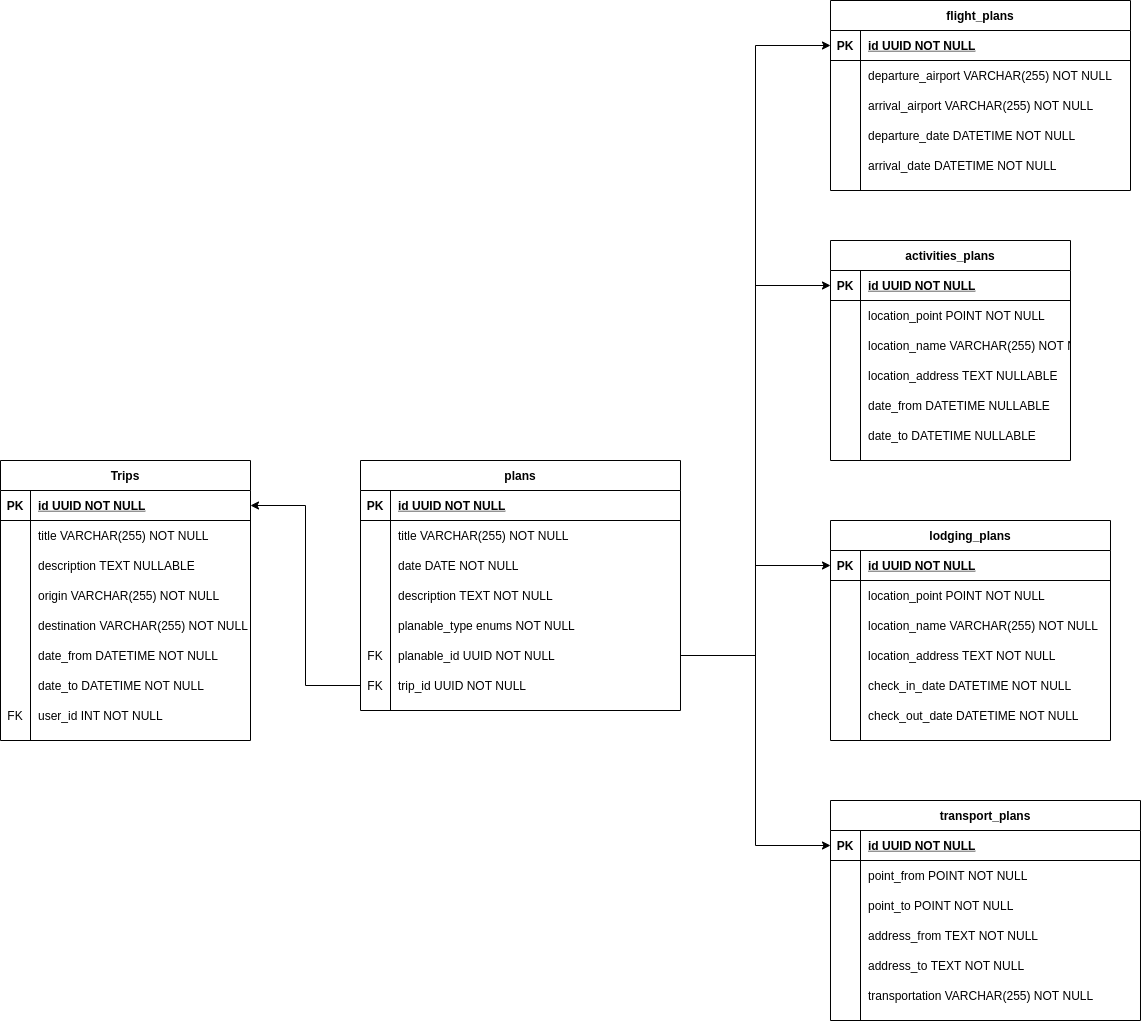
Above: diagrams/trips_to_plans_erd.drawio.png in limbara/travel-planner (draw.io), before the change. Source tidied: cells renumbered, new cells last; positions are measured from the earlier drawing's top-left corner, leaving out a move shared by most shapes.
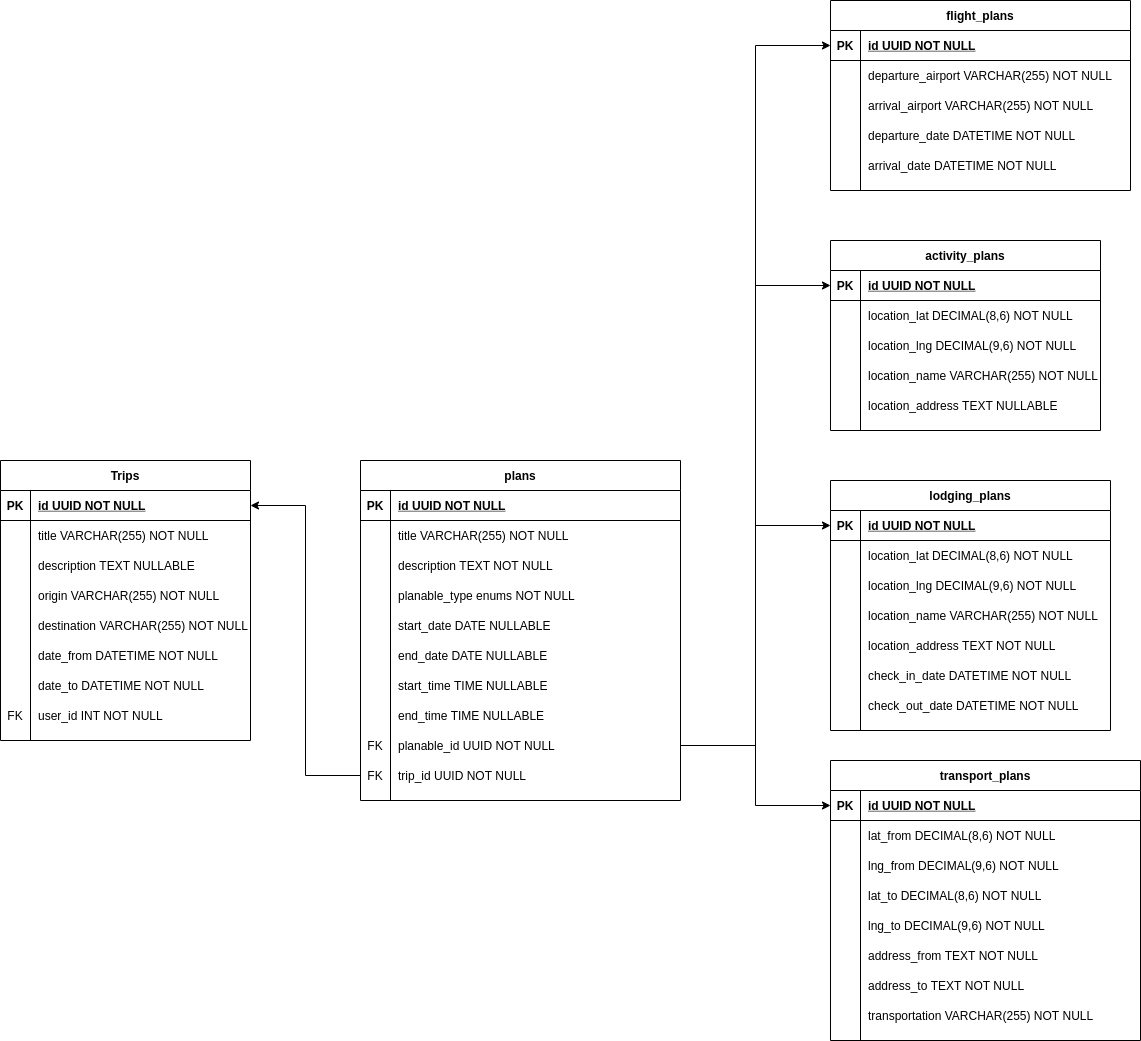
The same file after the commit.

Commit message:
plans table erd changes

Change to the diagram source:
```diff
@@ -80,3 +80,3 @@
     <mxCell id="27" value="plans" style="shape=table;startSize=30;rowLines=0;fontStyle=1;align=center;" parent="1" vertex="1">
-      <mxGeometry x="360" y="460" width="320" height="250" as="geometry" />
+      <mxGeometry x="360" y="460" width="320" height="340" as="geometry" />
     </mxCell>
@@ -100,13 +100,4 @@
     </mxCell>
-    <mxCell id="34" style="shape=partialRectangle;fillColor=none;top=0;left=0;bottom=0;right=0;" parent="27" vertex="1">
-      <mxGeometry y="90" width="320" height="30" as="geometry" />
-    </mxCell>
-    <mxCell id="35" style="shape=partialRectangle;fillColor=none;top=0;left=0;bottom=0;right=0;overflow=hidden;" parent="34" vertex="1">
-      <mxGeometry width="30" height="30" as="geometry" />
-    </mxCell>
-    <mxCell id="36" value="date DATE NOT NULL" style="shape=partialRectangle;fillColor=none;top=0;left=0;bottom=0;right=0;align=left;spacingLeft=6;overflow=hidden;" parent="34" vertex="1">
-      <mxGeometry x="30" width="290" height="30" as="geometry" />
-    </mxCell>
     <mxCell id="37" style="shape=partialRectangle;fillColor=none;top=0;left=0;bottom=0;right=0;" parent="27" vertex="1">
-      <mxGeometry y="120" width="320" height="30" as="geometry" />
+      <mxGeometry y="90" width="320" height="30" as="geometry" />
     </mxCell>
@@ -119,3 +110,3 @@
     <mxCell id="40" style="shape=partialRectangle;fillColor=none;top=0;left=0;bottom=0;right=0;" parent="27" vertex="1">
-      <mxGeometry y="150" width="320" height="30" as="geometry" />
+      <mxGeometry y="120" width="320" height="30" as="geometry" />
     </mxCell>
@@ -127,4 +118,40 @@
     </mxCell>
+    <mxCell id="127" style="shape=partialRectangle;fillColor=none;top=0;left=0;bottom=0;right=0;" parent="27" vertex="1">
+      <mxGeometry y="150" width="320" height="30" as="geometry" />
+    </mxCell>
+    <mxCell id="128" style="shape=partialRectangle;fillColor=none;top=0;left=0;bottom=0;right=0;overflow=hidden;" parent="127" vertex="1">
+      <mxGeometry width="30" height="30" as="geometry" />
+    </mxCell>
+    <mxCell id="129" value="start_date DATE NULLABLE" style="shape=partialRectangle;fillColor=none;top=0;left=0;bottom=0;right=0;align=left;spacingLeft=6;overflow=hidden;" parent="127" vertex="1">
+      <mxGeometry x="30" width="290" height="30" as="geometry" />
+    </mxCell>
+    <mxCell id="130" style="shape=partialRectangle;fillColor=none;top=0;left=0;bottom=0;right=0;" parent="27" vertex="1">
+      <mxGeometry y="180" width="320" height="30" as="geometry" />
+    </mxCell>
+    <mxCell id="131" style="shape=partialRectangle;fillColor=none;top=0;left=0;bottom=0;right=0;overflow=hidden;" parent="130" vertex="1">
+      <mxGeometry width="30" height="30" as="geometry" />
+    </mxCell>
+    <mxCell id="132" value="end_date DATE NULLABLE" style="shape=partialRectangle;fillColor=none;top=0;left=0;bottom=0;right=0;align=left;spacingLeft=6;overflow=hidden;" parent="130" vertex="1">
+      <mxGeometry x="30" width="290" height="30" as="geometry" />
+    </mxCell>
+    <mxCell id="133" style="shape=partialRectangle;fillColor=none;top=0;left=0;bottom=0;right=0;" parent="27" vertex="1">
+      <mxGeometry y="210" width="320" height="30" as="geometry" />
+    </mxCell>
+    <mxCell id="134" style="shape=partialRectangle;fillColor=none;top=0;left=0;bottom=0;right=0;overflow=hidden;" parent="133" vertex="1">
+      <mxGeometry width="30" height="30" as="geometry" />
+    </mxCell>
+    <mxCell id="135" value="start_time TIME NULLABLE" style="shape=partialRectangle;fillColor=none;top=0;left=0;bottom=0;right=0;align=left;spacingLeft=6;overflow=hidden;" parent="133" vertex="1">
+      <mxGeometry x="30" width="290" height="30" as="geometry" />
+    </mxCell>
+    <mxCell id="136" style="shape=partialRectangle;fillColor=none;top=0;left=0;bottom=0;right=0;" parent="27" vertex="1">
+      <mxGeometry y="240" width="320" height="30" as="geometry" />
+    </mxCell>
+    <mxCell id="137" style="shape=partialRectangle;fillColor=none;top=0;left=0;bottom=0;right=0;overflow=hidden;" parent="136" vertex="1">
+      <mxGeometry width="30" height="30" as="geometry" />
+    </mxCell>
+    <mxCell id="138" value="end_time TIME NULLABLE" style="shape=partialRectangle;fillColor=none;top=0;left=0;bottom=0;right=0;align=left;spacingLeft=6;overflow=hidden;" parent="136" vertex="1">
+      <mxGeometry x="30" width="290" height="30" as="geometry" />
+    </mxCell>
     <mxCell id="43" style="shape=partialRectangle;fillColor=none;top=0;left=0;bottom=0;right=0;points=[[0,0.5],[1,0.5]];portConstraint=eastwest;" parent="27" vertex="1">
-      <mxGeometry y="180" width="320" height="30" as="geometry" />
+      <mxGeometry y="270" width="320" height="30" as="geometry" />
     </mxCell>
@@ -137,3 +164,3 @@
     <mxCell id="46" style="shape=partialRectangle;fillColor=none;top=0;left=0;bottom=0;right=0;points=[[0,0.5],[1,0.5]];portConstraint=eastwest;" parent="27" vertex="1">
-      <mxGeometry y="210" width="320" height="30" as="geometry" />
+      <mxGeometry y="300" width="320" height="30" as="geometry" />
     </mxCell>
@@ -194,3 +221,3 @@
     <mxCell id="65" value="lodging_plans" style="shape=table;startSize=30;rowLines=0;fontStyle=1;align=center;" parent="1" vertex="1">
-      <mxGeometry x="830" y="520" width="280" height="220" as="geometry" />
+      <mxGeometry x="830" y="480" width="280" height="250" as="geometry" />
     </mxCell>
@@ -211,7 +238,16 @@
     </mxCell>
-    <mxCell id="71" value="location_point POINT NOT NULL" style="shape=partialRectangle;fillColor=none;top=0;left=0;bottom=0;right=0;align=left;spacingLeft=6;overflow=hidden;" parent="69" vertex="1">
+    <mxCell id="71" value="location_lat DECIMAL(8,6) NOT NULL" style="shape=partialRectangle;fillColor=none;top=0;left=0;bottom=0;right=0;align=left;spacingLeft=6;overflow=hidden;" parent="69" vertex="1">
       <mxGeometry x="30" width="250" height="30" as="geometry" />
     </mxCell>
+    <mxCell id="139" style="shape=partialRectangle;fillColor=none;top=0;left=0;bottom=0;right=0;" parent="65" vertex="1">
+      <mxGeometry y="90" width="280" height="30" as="geometry" />
+    </mxCell>
+    <mxCell id="140" style="shape=partialRectangle;fillColor=none;top=0;left=0;bottom=0;right=0;overflow=hidden;" parent="139" vertex="1">
+      <mxGeometry width="30" height="30" as="geometry" />
+    </mxCell>
+    <mxCell id="141" value="location_lng DECIMAL(9,6) NOT NULL" style="shape=partialRectangle;fillColor=none;top=0;left=0;bottom=0;right=0;align=left;spacingLeft=6;overflow=hidden;" parent="139" vertex="1">
+      <mxGeometry x="30" width="250" height="30" as="geometry" />
+    </mxCell>
     <mxCell id="72" style="shape=partialRectangle;fillColor=none;top=0;left=0;bottom=0;right=0;" parent="65" vertex="1">
-      <mxGeometry y="90" width="280" height="30" as="geometry" />
+      <mxGeometry y="120" width="280" height="30" as="geometry" />
     </mxCell>
@@ -224,3 +260,3 @@
     <mxCell id="75" style="shape=partialRectangle;fillColor=none;top=0;left=0;bottom=0;right=0;" parent="65" vertex="1">
-      <mxGeometry y="120" width="280" height="30" as="geometry" />
+      <mxGeometry y="150" width="280" height="30" as="geometry" />
     </mxCell>
@@ -233,3 +269,3 @@
     <mxCell id="78" style="shape=partialRectangle;fillColor=none;top=0;left=0;bottom=0;right=0;" parent="65" vertex="1">
-      <mxGeometry y="150" width="280" height="30" as="geometry" />
+      <mxGeometry y="180" width="280" height="30" as="geometry" />
     </mxCell>
@@ -242,3 +278,3 @@
     <mxCell id="81" style="shape=partialRectangle;fillColor=none;top=0;left=0;bottom=0;right=0;" parent="65" vertex="1">
-      <mxGeometry y="180" width="280" height="30" as="geometry" />
+      <mxGeometry y="210" width="280" height="30" as="geometry" />
     </mxCell>
@@ -251,3 +287,3 @@
     <mxCell id="84" value="transport_plans" style="shape=table;startSize=30;rowLines=0;fontStyle=1;align=center;" parent="1" vertex="1">
-      <mxGeometry x="830" y="800" width="310" height="220" as="geometry" />
+      <mxGeometry x="830" y="760" width="310" height="280" as="geometry" />
     </mxCell>
@@ -268,3 +304,3 @@
     </mxCell>
-    <mxCell id="90" value="point_from POINT NOT NULL" style="shape=partialRectangle;fillColor=none;top=0;left=0;bottom=0;right=0;align=left;spacingLeft=6;overflow=hidden;" parent="88" vertex="1">
+    <mxCell id="90" value="lat_from DECIMAL(8,6) NOT NULL" style="shape=partialRectangle;fillColor=none;top=0;left=0;bottom=0;right=0;align=left;spacingLeft=6;overflow=hidden;" parent="88" vertex="1">
       <mxGeometry x="30" width="280" height="30" as="geometry" />
@@ -277,7 +313,25 @@
     </mxCell>
-    <mxCell id="93" value="point_to POINT NOT NULL" style="shape=partialRectangle;fillColor=none;top=0;left=0;bottom=0;right=0;align=left;spacingLeft=6;overflow=hidden;" parent="91" vertex="1">
+    <mxCell id="93" value="lng_from DECIMAL(9,6) NOT NULL" style="shape=partialRectangle;fillColor=none;top=0;left=0;bottom=0;right=0;align=left;spacingLeft=6;overflow=hidden;" parent="91" vertex="1">
       <mxGeometry x="30" width="280" height="30" as="geometry" />
     </mxCell>
+    <mxCell id="142" style="shape=partialRectangle;fillColor=none;top=0;left=0;bottom=0;right=0;" parent="84" vertex="1">
+      <mxGeometry y="120" width="310" height="30" as="geometry" />
+    </mxCell>
+    <mxCell id="143" style="shape=partialRectangle;fillColor=none;top=0;left=0;bottom=0;right=0;overflow=hidden;" parent="142" vertex="1">
+      <mxGeometry width="30" height="30" as="geometry" />
+    </mxCell>
+    <mxCell id="144" value="lat_to DECIMAL(8,6) NOT NULL" style="shape=partialRectangle;fillColor=none;top=0;left=0;bottom=0;right=0;align=left;spacingLeft=6;overflow=hidden;" parent="142" vertex="1">
+      <mxGeometry x="30" width="280" height="30" as="geometry" />
+    </mxCell>
+    <mxCell id="145" style="shape=partialRectangle;fillColor=none;top=0;left=0;bottom=0;right=0;" parent="84" vertex="1">
+      <mxGeometry y="150" width="310" height="30" as="geometry" />
+    </mxCell>
+    <mxCell id="146" style="shape=partialRectangle;fillColor=none;top=0;left=0;bottom=0;right=0;overflow=hidden;" parent="145" vertex="1">
+      <mxGeometry width="30" height="30" as="geometry" />
+    </mxCell>
+    <mxCell id="147" value="lng_to DECIMAL(9,6) NOT NULL" style="shape=partialRectangle;fillColor=none;top=0;left=0;bottom=0;right=0;align=left;spacingLeft=6;overflow=hidden;" parent="145" vertex="1">
+      <mxGeometry x="30" width="280" height="30" as="geometry" />
+    </mxCell>
     <mxCell id="94" style="shape=partialRectangle;fillColor=none;top=0;left=0;bottom=0;right=0;" parent="84" vertex="1">
-      <mxGeometry y="120" width="310" height="30" as="geometry" />
+      <mxGeometry y="180" width="310" height="30" as="geometry" />
     </mxCell>
@@ -290,3 +344,3 @@
     <mxCell id="97" style="shape=partialRectangle;fillColor=none;top=0;left=0;bottom=0;right=0;" parent="84" vertex="1">
-      <mxGeometry y="150" width="310" height="30" as="geometry" />
+      <mxGeometry y="210" width="310" height="30" as="geometry" />
     </mxCell>
@@ -299,3 +353,3 @@
     <mxCell id="100" style="shape=partialRectangle;fillColor=none;top=0;left=0;bottom=0;right=0;" parent="84" vertex="1">
-      <mxGeometry y="180" width="310" height="30" as="geometry" />
+      <mxGeometry y="240" width="310" height="30" as="geometry" />
     </mxCell>
@@ -307,7 +361,7 @@
     </mxCell>
-    <mxCell id="103" value="activities_plans" style="shape=table;startSize=30;rowLines=0;fontStyle=1;align=center;" parent="1" vertex="1">
-      <mxGeometry x="830" y="240" width="240" height="220" as="geometry" />
+    <mxCell id="103" value="activity_plans" style="shape=table;startSize=30;rowLines=0;fontStyle=1;align=center;" parent="1" vertex="1">
+      <mxGeometry x="830" y="240" width="270" height="190" as="geometry" />
     </mxCell>
     <mxCell id="104" style="shape=partialRectangle;fillColor=none;top=0;left=0;bottom=1;right=0;points=[[0,0.5],[1,0.5]];portConstraint=eastwest;" parent="103" vertex="1">
-      <mxGeometry y="30" width="240" height="30" as="geometry" />
+      <mxGeometry y="30" width="270" height="30" as="geometry" />
     </mxCell>
@@ -317,6 +371,6 @@
     <mxCell id="106" value="id UUID NOT NULL" style="shape=partialRectangle;fillColor=none;top=0;left=0;bottom=0;right=0;align=left;spacingLeft=6;fontStyle=5;overflow=hidden;" parent="104" vertex="1">
-      <mxGeometry x="30" width="210" height="30" as="geometry" />
+      <mxGeometry x="30" width="240" height="30" as="geometry" />
     </mxCell>
     <mxCell id="107" style="shape=partialRectangle;fillColor=none;top=0;left=0;bottom=0;right=0;" parent="103" vertex="1">
-      <mxGeometry y="60" width="240" height="30" as="geometry" />
+      <mxGeometry y="60" width="270" height="30" as="geometry" />
     </mxCell>
@@ -325,7 +379,16 @@
     </mxCell>
-    <mxCell id="109" value="location_point POINT NOT NULL" style="shape=partialRectangle;fillColor=none;top=0;left=0;bottom=0;right=0;align=left;spacingLeft=6;overflow=hidden;" parent="107" vertex="1">
-      <mxGeometry x="30" width="210" height="30" as="geometry" />
+    <mxCell id="109" value="location_lat DECIMAL(8,6) NOT NULL" style="shape=partialRectangle;fillColor=none;top=0;left=0;bottom=0;right=0;align=left;spacingLeft=6;overflow=hidden;" parent="107" vertex="1">
+      <mxGeometry x="30" width="240" height="30" as="geometry" />
     </mxCell>
+    <mxCell id="148" style="shape=partialRectangle;fillColor=none;top=0;left=0;bottom=0;right=0;" parent="103" vertex="1">
+      <mxGeometry y="90" width="270" height="30" as="geometry" />
+    </mxCell>
+    <mxCell id="149" style="shape=partialRectangle;fillColor=none;top=0;left=0;bottom=0;right=0;overflow=hidden;" parent="148" vertex="1">
+      <mxGeometry width="30" height="30" as="geometry" />
+    </mxCell>
+    <mxCell id="150" value="location_lng DECIMAL(9,6) NOT NULL" style="shape=partialRectangle;fillColor=none;top=0;left=0;bottom=0;right=0;align=left;spacingLeft=6;overflow=hidden;" parent="148" vertex="1">
+      <mxGeometry x="30" width="240" height="30" as="geometry" />
+    </mxCell>
     <mxCell id="110" style="shape=partialRectangle;fillColor=none;top=0;left=0;bottom=0;right=0;" parent="103" vertex="1">
-      <mxGeometry y="90" width="240" height="30" as="geometry" />
+      <mxGeometry y="120" width="270" height="30" as="geometry" />
     </mxCell>
@@ -335,6 +398,6 @@
     <mxCell id="112" value="location_name VARCHAR(255) NOT NULL" style="shape=partialRectangle;fillColor=none;top=0;left=0;bottom=0;right=0;align=left;spacingLeft=6;overflow=hidden;" parent="110" vertex="1">
-      <mxGeometry x="30" width="210" height="30" as="geometry" />
+      <mxGeometry x="30" width="240" height="30" as="geometry" />
     </mxCell>
     <mxCell id="113" style="shape=partialRectangle;fillColor=none;top=0;left=0;bottom=0;right=0;" parent="103" vertex="1">
-      <mxGeometry y="120" width="240" height="30" as="geometry" />
+      <mxGeometry y="150" width="270" height="30" as="geometry" />
     </mxCell>
@@ -344,22 +407,4 @@
     <mxCell id="115" value="location_address TEXT NULLABLE" style="shape=partialRectangle;fillColor=none;top=0;left=0;bottom=0;right=0;align=left;spacingLeft=6;overflow=hidden;" parent="113" vertex="1">
-      <mxGeometry x="30" width="210" height="30" as="geometry" />
+      <mxGeometry x="30" width="240" height="30" as="geometry" />
     </mxCell>
-    <mxCell id="116" style="shape=partialRectangle;fillColor=none;top=0;left=0;bottom=0;right=0;" parent="103" vertex="1">
-      <mxGeometry y="150" width="240" height="30" as="geometry" />
-    </mxCell>
-    <mxCell id="117" style="shape=partialRectangle;fillColor=none;top=0;left=0;bottom=0;right=0;overflow=hidden;" parent="116" vertex="1">
-      <mxGeometry width="30" height="30" as="geometry" />
-    </mxCell>
-    <mxCell id="118" value="date_from DATETIME NULLABLE" style="shape=partialRectangle;fillColor=none;top=0;left=0;bottom=0;right=0;align=left;spacingLeft=6;overflow=hidden;" parent="116" vertex="1">
-      <mxGeometry x="30" width="210" height="30" as="geometry" />
-    </mxCell>
-    <mxCell id="119" style="shape=partialRectangle;fillColor=none;top=0;left=0;bottom=0;right=0;" parent="103" vertex="1">
-      <mxGeometry y="180" width="240" height="30" as="geometry" />
-    </mxCell>
-    <mxCell id="120" style="shape=partialRectangle;fillColor=none;top=0;left=0;bottom=0;right=0;overflow=hidden;" parent="119" vertex="1">
-      <mxGeometry width="30" height="30" as="geometry" />
-    </mxCell>
-    <mxCell id="121" value="date_to DATETIME NULLABLE" style="shape=partialRectangle;fillColor=none;top=0;left=0;bottom=0;right=0;align=left;spacingLeft=6;overflow=hidden;" parent="119" vertex="1">
-      <mxGeometry x="30" width="210" height="30" as="geometry" />
-    </mxCell>
     <mxCell id="122" style="edgeStyle=orthogonalEdgeStyle;rounded=0;jettySize=auto;html=1;entryX=1;entryY=0.5;entryDx=0;entryDy=0;" parent="1" edge="1" source="46" target="3">
```
